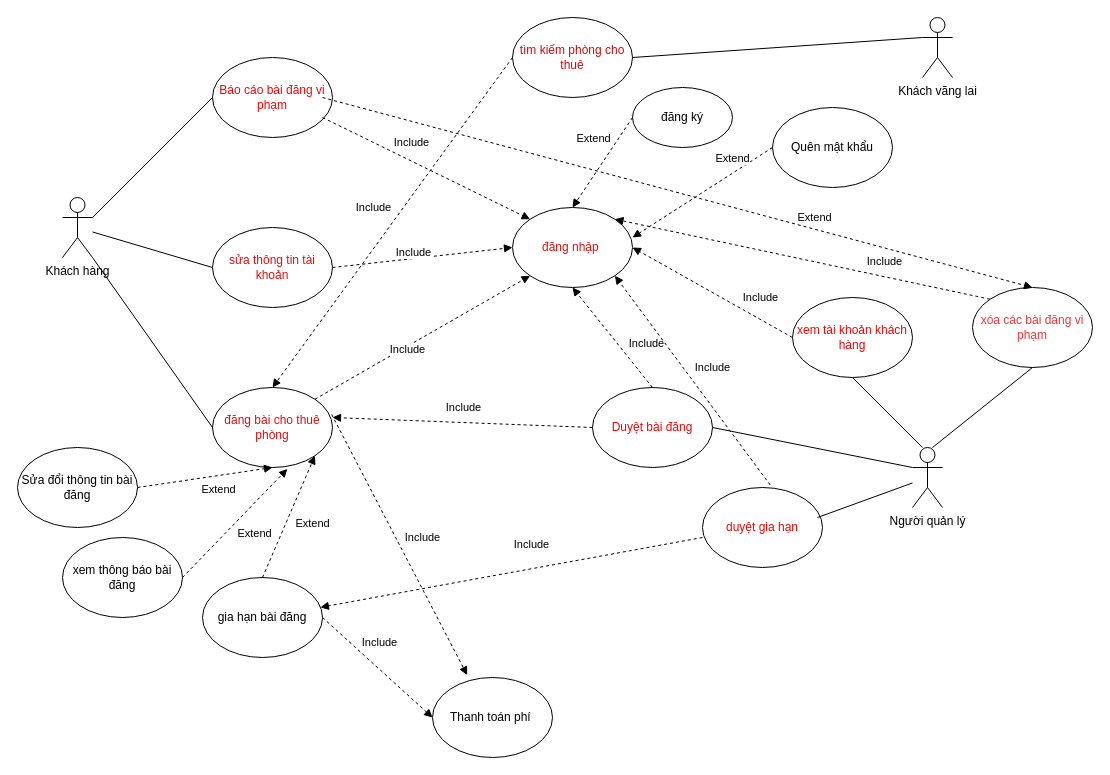
This is page "Page-1" (1 of 4) of usecase.drawio from Uechi123/PTTKHTTT, a draw.io file, before an edit. Source tidied: cells renumbered, new cells numbered last; positions are measured from the earlier drawing's top-left corner, leaving out a move shared by most shapes. Both pictures are drawn from the tidied source at 100%, with x=0, y=0 at pixel (17, 17).
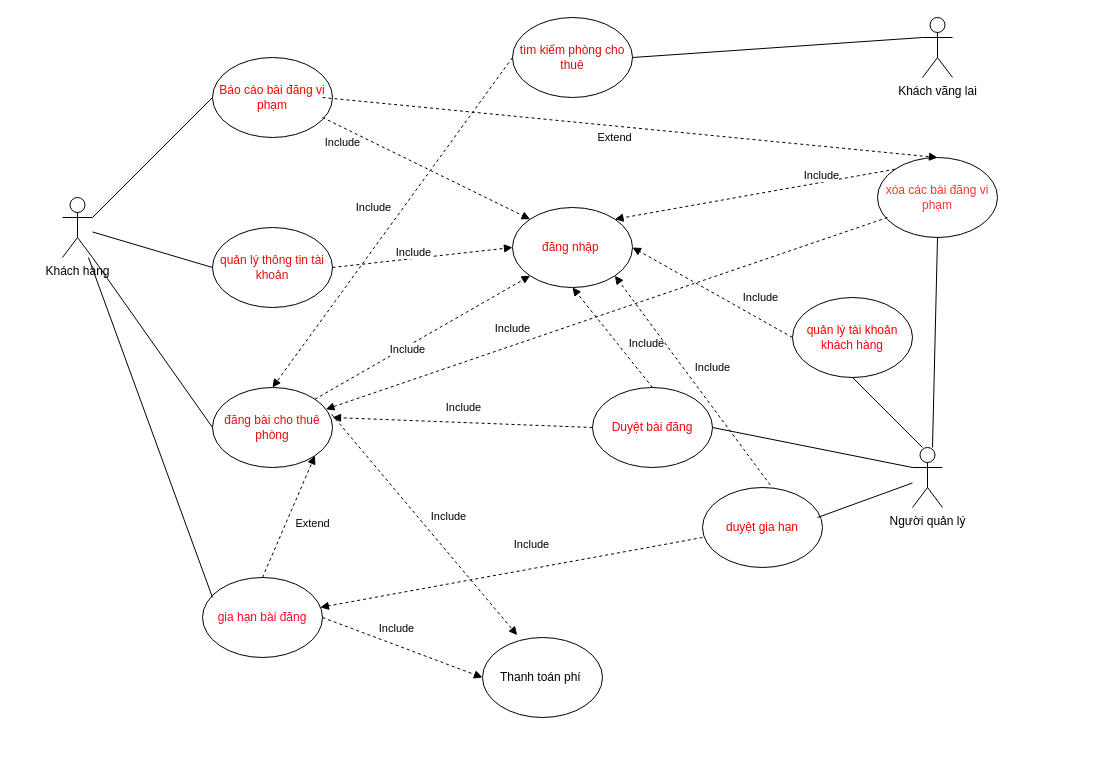
After the change.

The change refers to these unchanged cells:
```xml
<mxCell id="2" value="Khách hàng" style="shape=umlActor;verticalLabelPosition=bottom;verticalAlign=top;html=1;outlineConnect=0;" parent="1" vertex="1">
  <mxGeometry x="45" y="180" width="30" height="60" as="geometry" />
</mxCell>
<mxCell id="7" value="đăng bài cho thuê phòng" style="ellipse;whiteSpace=wrap;html=1;fontColor=#e10e0e;" parent="1" vertex="1">
  <mxGeometry x="195" y="370" width="120" height="80" as="geometry" />
</mxCell>
<mxCell id="38" style="endArrow=block;html=1;rounded=0;entryX=0.5;entryY=0;entryDx=0;entryDy=0;dashed=1;startArrow=none;startFill=0;endFill=1;exitX=1;exitY=0.5;exitDx=0;exitDy=0;" parent="1" edge="1" target="12">
  <mxGeometry relative="1" as="geometry">
    <mxPoint x="305" y="80" as="sourcePoint" />
  </mxGeometry>
</mxCell>
<mxCell id="41" style="endArrow=block;dashed=1;html=1;rounded=0;entryX=0;entryY=0;entryDx=0;entryDy=0;endFill=1;exitX=1;exitY=0.5;exitDx=0;exitDy=0;" parent="1" edge="1" target="5">
  <mxGeometry relative="1" as="geometry">
    <mxPoint x="305" y="100" as="sourcePoint" />
  </mxGeometry>
</mxCell>
```

The edit, as a diff of the source:
```diff
@@
-    <mxCell id="6" value="sửa thông tin tài khoản" style="ellipse;whiteSpace=wrap;html=1;fontColor=#e90c0c;" parent="1" vertex="1">
+    <mxCell id="6" value="quản lý thông tin tài khoản" style="ellipse;whiteSpace=wrap;html=1;fontColor=#e90c0c;" parent="1" vertex="1">
       <mxGeometry x="195" y="210" width="120" height="80" as="geometry" />
     </mxCell>
@@
     <mxCell id="11" value="Thanh toán phí&amp;nbsp;" style="ellipse;whiteSpace=wrap;html=1;" parent="1" vertex="1">
-      <mxGeometry x="415" y="660" width="120" height="80" as="geometry" />
+      <mxGeometry x="465" y="620" width="120" height="80" as="geometry" />
     </mxCell>
     <mxCell id="12" value="xóa các bài đăng vi phạm" style="ellipse;whiteSpace=wrap;html=1;fontColor=#FF3333;" parent="1" vertex="1">
-      <mxGeometry x="955" y="270" width="120" height="80" as="geometry" />
+      <mxGeometry x="860" y="140" width="120" height="80" as="geometry" />
     </mxCell>
-    <mxCell id="13" value="xem tài khoản khách hàng" style="ellipse;whiteSpace=wrap;html=1;fontColor=#FF0000;" parent="1" vertex="1">
+    <mxCell id="13" value="quản lý tài khoản khách hàng" style="ellipse;whiteSpace=wrap;html=1;fontColor=#FF0000;" parent="1" vertex="1">
       <mxGeometry x="775" y="280" width="120" height="80" as="geometry" />
     </mxCell>
@@
-    <mxCell id="25" value="xem thông báo bài đăng" style="ellipse;whiteSpace=wrap;html=1;" parent="1" vertex="1">
-      <mxGeometry x="45" y="520" width="120" height="80" as="geometry" />
-    </mxCell>
-    <mxCell id="26" value="gia hạn bài đăng" style="ellipse;whiteSpace=wrap;html=1;" parent="1" vertex="1">
+    <mxCell id="26" value="gia hạn bài đăng" style="ellipse;whiteSpace=wrap;html=1;fontColor=#f9062b;" parent="1" vertex="1">
       <mxGeometry x="185" y="560" width="120" height="80" as="geometry" />
     </mxCell>
-    <mxCell id="27" style="endArrow=block;html=1;rounded=0;entryX=0.5;entryY=1;entryDx=0;entryDy=0;dashed=1;startArrow=none;startFill=0;endFill=1;exitX=1;exitY=0.5;exitDx=0;exitDy=0;" parent="1" edge="1" target="7">
-      <mxGeometry relative="1" as="geometry">
-        <mxPoint x="120" y="470" as="sourcePoint" />
-      </mxGeometry>
-    </mxCell>
-    <mxCell id="28" value="Extend" style="edgeLabel;html=1;align=center;verticalAlign=middle;" parent="27" vertex="1">
-      <mxGeometry x="-0.04" y="-11" relative="1" as="geometry">
-        <mxPoint x="14" as="offset" />
-      </mxGeometry>
-    </mxCell>
-    <mxCell id="29" style="endArrow=block;html=1;rounded=0;entryX=0.624;entryY=1.018;entryDx=0;entryDy=0;dashed=1;startArrow=none;startFill=0;endFill=1;exitX=1;exitY=0.5;exitDx=0;exitDy=0;entryPerimeter=0;" parent="1" edge="1" source="25" target="7">
-      <mxGeometry relative="1" as="geometry" />
-    </mxCell>
-    <mxCell id="30" value="Extend" style="edgeLabel;html=1;align=center;verticalAlign=middle;" parent="29" vertex="1">
-      <mxGeometry x="-0.04" y="-11" relative="1" as="geometry">
-        <mxPoint x="14" as="offset" />
-      </mxGeometry>
-    </mxCell>
@@
     <mxCell id="39" value="Extend" style="edgeLabel;html=1;align=center;verticalAlign=middle;" parent="38" vertex="1">
       <mxGeometry x="-0.04" y="-11" relative="1" as="geometry">
-        <mxPoint x="153" y="18" as="offset" />
+        <mxPoint x="-3" as="offset" />
       </mxGeometry>
     </mxCell>
@@
     <mxCell id="42" value="Include" style="edgeLabel;html=1;align=center;verticalAlign=middle;" parent="41" vertex="1">
       <mxGeometry x="-0.33" y="-1" relative="1" as="geometry">
-        <mxPoint x="20" y="-10" as="offset" />
+        <mxPoint x="-49" y="-10" as="offset" />
       </mxGeometry>
     </mxCell>
@@
-    <mxCell id="57" value="Sửa đổi thông tin bài đăng" style="ellipse;whiteSpace=wrap;html=1;" parent="1" vertex="1">
-      <mxGeometry y="430" width="120" height="80" as="geometry" />
-    </mxCell>
-    <mxCell id="58" value="đăng ký" style="ellipse;whiteSpace=wrap;html=1;" parent="1" vertex="1">
-      <mxGeometry x="615" y="70" width="100" height="60" as="geometry" />
-    </mxCell>
-    <mxCell id="59" value="Quên mật khẩu" style="ellipse;whiteSpace=wrap;html=1;" parent="1" vertex="1">
-      <mxGeometry x="755" y="90" width="120" height="80" as="geometry" />
-    </mxCell>
-    <mxCell id="60" style="endArrow=block;dashed=1;html=1;rounded=0;entryX=1;entryY=0.375;entryDx=0;entryDy=0;endFill=1;exitX=0;exitY=0.5;exitDx=0;exitDy=0;entryPerimeter=0;" parent="1" edge="1" source="58">
-      <mxGeometry relative="1" as="geometry">
-        <mxPoint x="555" y="190" as="targetPoint" />
-      </mxGeometry>
-    </mxCell>
-    <mxCell id="61" value="Extend" style="edgeLabel;html=1;align=center;verticalAlign=middle;" parent="60" vertex="1">
-      <mxGeometry x="-0.33" y="-1" relative="1" as="geometry">
-        <mxPoint x="-19" y="-9" as="offset" />
-      </mxGeometry>
-    </mxCell>
-    <mxCell id="62" style="endArrow=block;dashed=1;html=1;rounded=0;entryX=1;entryY=0.375;entryDx=0;entryDy=0;endFill=1;exitX=0;exitY=0.5;exitDx=0;exitDy=0;entryPerimeter=0;" parent="1" edge="1" source="59">
-      <mxGeometry relative="1" as="geometry">
-        <mxPoint x="615" y="220" as="targetPoint" />
-      </mxGeometry>
-    </mxCell>
-    <mxCell id="63" value="Extend" style="edgeLabel;html=1;align=center;verticalAlign=middle;" parent="62" vertex="1">
-      <mxGeometry x="-0.33" y="-1" relative="1" as="geometry">
-        <mxPoint x="7" y="-19" as="offset" />
-      </mxGeometry>
-    </mxCell>
+    <mxCell id="64" style="endArrow=block;dashed=1;html=1;rounded=0;endFill=1;exitX=0;exitY=0.5;exitDx=0;exitDy=0;" parent="1" edge="1" target="7">
+      <mxGeometry relative="1" as="geometry">
+        <mxPoint x="870" y="200" as="sourcePoint" />
+      </mxGeometry>
+    </mxCell>
+    <mxCell id="65" value="Include" style="edgeLabel;html=1;align=center;verticalAlign=middle;" parent="64" vertex="1">
+      <mxGeometry x="-0.33" y="-1" relative="1" as="geometry">
+        <mxPoint x="-187" y="47" as="offset" />
+      </mxGeometry>
+    </mxCell>
+    <mxCell id="66" style="endArrow=none;html=1;rounded=0;" parent="1" edge="1" target="2">
+      <mxGeometry relative="1" as="geometry">
+        <mxPoint x="195" y="580" as="sourcePoint" />
+      </mxGeometry>
+    </mxCell>
```
